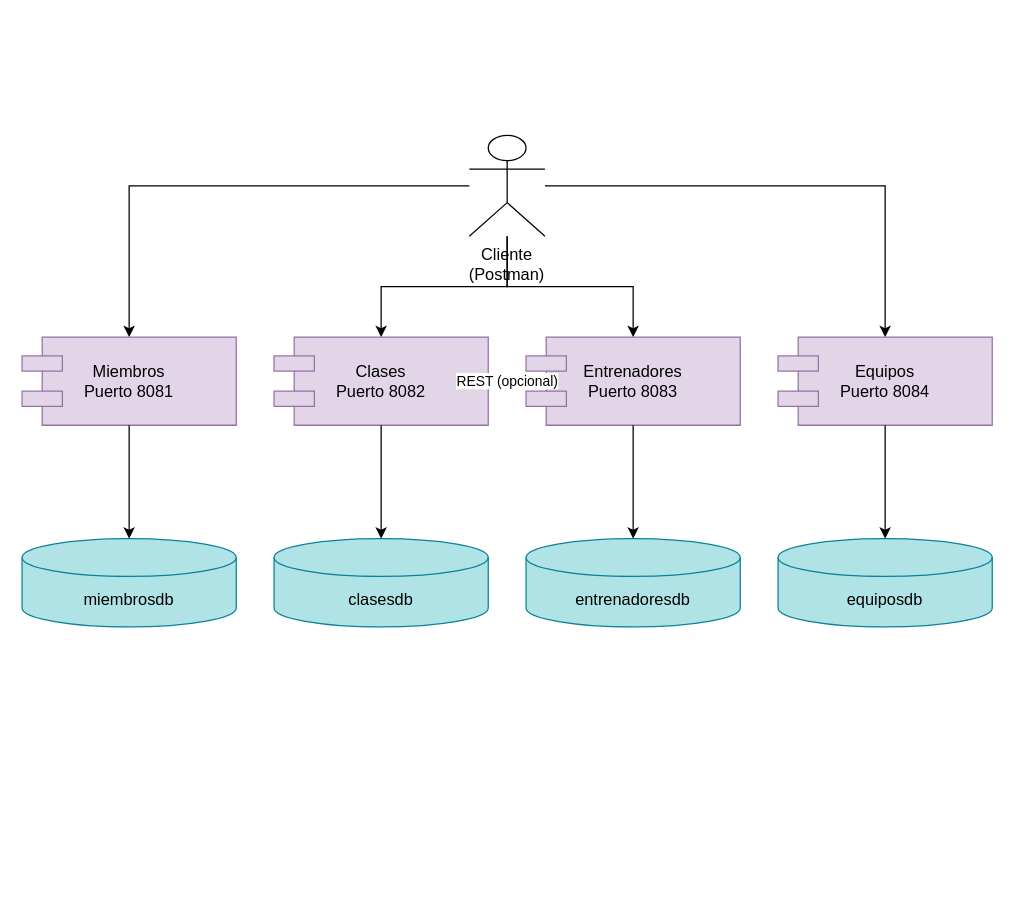
Before: architecture-diagram.drawio in JRuiz1601/taller-gym, a draw.io diagram. Source tidied: cells renumbered, new cells numbered last; positions are measured from the earlier drawing's top-left corner, leaving out a move shared by most shapes. Both pictures are drawn from the tidied source at 126%, with x=0, y=0 at pixel (21, 135).
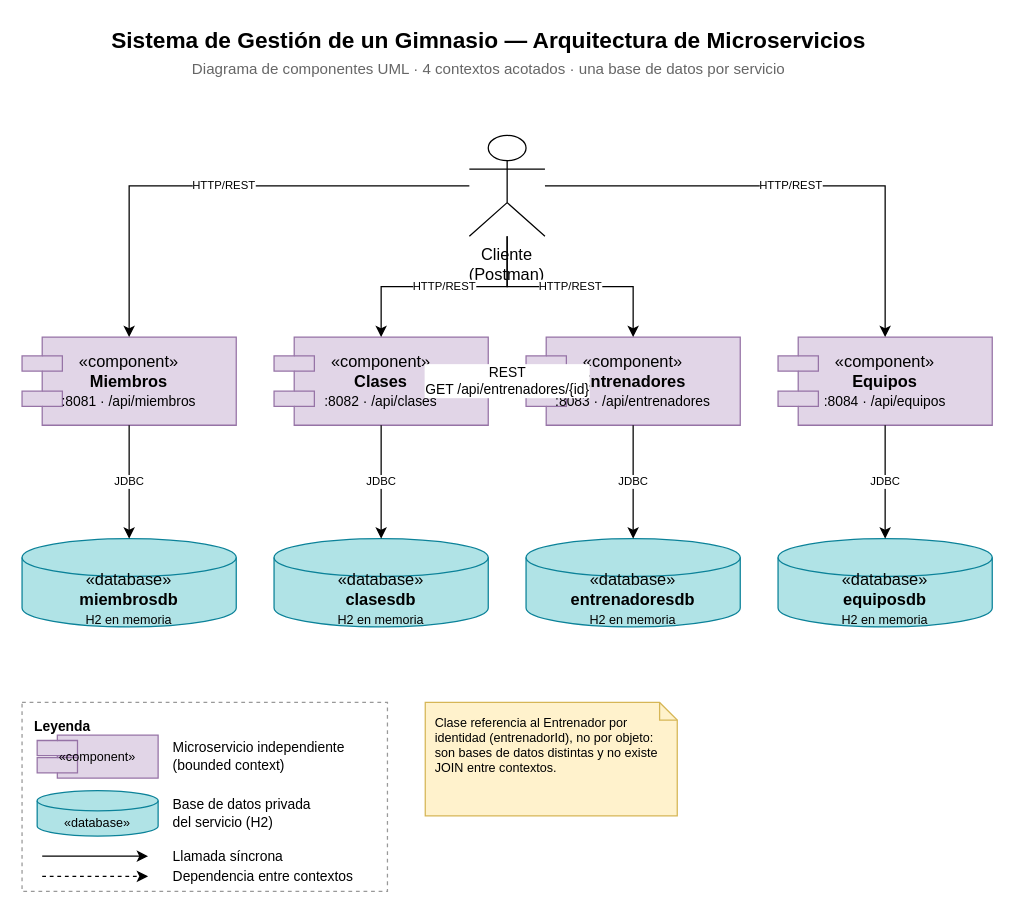
After the change.

Unchanged cells that the change refers to:
```xml
<mxCell id="2" value="Cliente (Postman)" style="shape=umlActor;whiteSpace=wrap;html=1;verticalLabelPosition=bottom;verticalAlign=top;outlineConnect=0;fontSize=13;" parent="1" vertex="1">
  <mxGeometry x="355" width="60" height="80" as="geometry" />
</mxCell>
```

Change to the diagram source:
```diff
@@
-    <mxCell id="3" value="Miembros&lt;br&gt;Puerto 8081" style="shape=component;whiteSpace=wrap;html=1;fillColor=#e1d5e7;strokeColor=#9673a6;fontSize=13;" parent="1" vertex="1">
+    <mxCell id="3" value="&amp;laquo;component&amp;raquo;&lt;br&gt;&lt;b&gt;Miembros&lt;/b&gt;&lt;br&gt;&lt;font style=&quot;font-size: 11px;&quot;&gt;:8081 · /api/miembros&lt;/font&gt;" style="shape=component;whiteSpace=wrap;html=1;fillColor=#e1d5e7;strokeColor=#9673a6;fontSize=13;" parent="1" vertex="1">
       <mxGeometry y="160" width="170" height="70" as="geometry" />
     </mxCell>
-    <mxCell id="4" value="Clases&lt;br&gt;Puerto 8082" style="shape=component;whiteSpace=wrap;html=1;fillColor=#e1d5e7;strokeColor=#9673a6;fontSize=13;" parent="1" vertex="1">
+    <mxCell id="4" value="&amp;laquo;component&amp;raquo;&lt;br&gt;&lt;b&gt;Clases&lt;/b&gt;&lt;br&gt;&lt;font style=&quot;font-size: 11px;&quot;&gt;:8082 · /api/clases&lt;/font&gt;" style="shape=component;whiteSpace=wrap;html=1;fillColor=#e1d5e7;strokeColor=#9673a6;fontSize=13;" parent="1" vertex="1">
       <mxGeometry x="200" y="160" width="170" height="70" as="geometry" />
     </mxCell>
-    <mxCell id="5" value="Entrenadores&lt;br&gt;Puerto 8083" style="shape=component;whiteSpace=wrap;html=1;fillColor=#e1d5e7;strokeColor=#9673a6;fontSize=13;" parent="1" vertex="1">
+    <mxCell id="5" value="&amp;laquo;component&amp;raquo;&lt;br&gt;&lt;b&gt;Entrenadores&lt;/b&gt;&lt;br&gt;&lt;font style=&quot;font-size: 11px;&quot;&gt;:8083 · /api/entrenadores&lt;/font&gt;" style="shape=component;whiteSpace=wrap;html=1;fillColor=#e1d5e7;strokeColor=#9673a6;fontSize=13;" parent="1" vertex="1">
       <mxGeometry x="400" y="160" width="170" height="70" as="geometry" />
     </mxCell>
-    <mxCell id="6" value="Equipos&lt;br&gt;Puerto 8084" style="shape=component;whiteSpace=wrap;html=1;fillColor=#e1d5e7;strokeColor=#9673a6;fontSize=13;" parent="1" vertex="1">
+    <mxCell id="6" value="&amp;laquo;component&amp;raquo;&lt;br&gt;&lt;b&gt;Equipos&lt;/b&gt;&lt;br&gt;&lt;font style=&quot;font-size: 11px;&quot;&gt;:8084 · /api/equipos&lt;/font&gt;" style="shape=component;whiteSpace=wrap;html=1;fillColor=#e1d5e7;strokeColor=#9673a6;fontSize=13;" parent="1" vertex="1">
       <mxGeometry x="600" y="160" width="170" height="70" as="geometry" />
     </mxCell>
-    <mxCell id="7" value="miembrosdb" style="shape=cylinder3;whiteSpace=wrap;html=1;boundedLbl=1;backgroundOutline=1;size=15;fillColor=#b0e3e6;strokeColor=#0b8299;fontSize=13;" parent="1" vertex="1">
+    <mxCell id="7" value="&amp;laquo;database&amp;raquo;&lt;br&gt;&lt;b&gt;miembrosdb&lt;/b&gt;&lt;br&gt;&lt;font style=&quot;font-size: 10px;&quot;&gt;H2 en memoria&lt;/font&gt;" style="shape=cylinder3;whiteSpace=wrap;html=1;boundedLbl=1;backgroundOutline=1;size=15;fillColor=#b0e3e6;strokeColor=#0b8299;fontSize=13;" parent="1" vertex="1">
       <mxGeometry y="320" width="170" height="70" as="geometry" />
     </mxCell>
-    <mxCell id="8" value="clasesdb" style="shape=cylinder3;whiteSpace=wrap;html=1;boundedLbl=1;backgroundOutline=1;size=15;fillColor=#b0e3e6;strokeColor=#0b8299;fontSize=13;" parent="1" vertex="1">
+    <mxCell id="8" value="&amp;laquo;database&amp;raquo;&lt;br&gt;&lt;b&gt;clasesdb&lt;/b&gt;&lt;br&gt;&lt;font style=&quot;font-size: 10px;&quot;&gt;H2 en memoria&lt;/font&gt;" style="shape=cylinder3;whiteSpace=wrap;html=1;boundedLbl=1;backgroundOutline=1;size=15;fillColor=#b0e3e6;strokeColor=#0b8299;fontSize=13;" parent="1" vertex="1">
       <mxGeometry x="200" y="320" width="170" height="70" as="geometry" />
     </mxCell>
-    <mxCell id="9" value="entrenadoresdb" style="shape=cylinder3;whiteSpace=wrap;html=1;boundedLbl=1;backgroundOutline=1;size=15;fillColor=#b0e3e6;strokeColor=#0b8299;fontSize=13;" parent="1" vertex="1">
+    <mxCell id="9" value="&amp;laquo;database&amp;raquo;&lt;br&gt;&lt;b&gt;entrenadoresdb&lt;/b&gt;&lt;br&gt;&lt;font style=&quot;font-size: 10px;&quot;&gt;H2 en memoria&lt;/font&gt;" style="shape=cylinder3;whiteSpace=wrap;html=1;boundedLbl=1;backgroundOutline=1;size=15;fillColor=#b0e3e6;strokeColor=#0b8299;fontSize=13;" parent="1" vertex="1">
       <mxGeometry x="400" y="320" width="170" height="70" as="geometry" />
     </mxCell>
-    <mxCell id="10" value="equiposdb" style="shape=cylinder3;whiteSpace=wrap;html=1;boundedLbl=1;backgroundOutline=1;size=15;fillColor=#b0e3e6;strokeColor=#0b8299;fontSize=13;" parent="1" vertex="1">
+    <mxCell id="10" value="&amp;laquo;database&amp;raquo;&lt;br&gt;&lt;b&gt;equiposdb&lt;/b&gt;&lt;br&gt;&lt;font style=&quot;font-size: 10px;&quot;&gt;H2 en memoria&lt;/font&gt;" style="shape=cylinder3;whiteSpace=wrap;html=1;boundedLbl=1;backgroundOutline=1;size=15;fillColor=#b0e3e6;strokeColor=#0b8299;fontSize=13;" parent="1" vertex="1">
       <mxGeometry x="600" y="320" width="170" height="70" as="geometry" />
     </mxCell>
-    <mxCell id="11" style="edgeStyle=orthogonalEdgeStyle;rounded=0;html=1;" parent="1" edge="1" source="2" target="3">
+    <mxCell id="11" value="HTTP/REST" style="edgeStyle=orthogonalEdgeStyle;rounded=0;html=1;fontSize=9;" parent="1" edge="1" source="2" target="3">
       <mxGeometry relative="1" as="geometry" />
     </mxCell>
-    <mxCell id="12" style="edgeStyle=orthogonalEdgeStyle;rounded=0;html=1;" parent="1" edge="1" source="2" target="4">
+    <mxCell id="12" value="HTTP/REST" style="edgeStyle=orthogonalEdgeStyle;rounded=0;html=1;fontSize=9;" parent="1" edge="1" source="2" target="4">
       <mxGeometry relative="1" as="geometry" />
     </mxCell>
-    <mxCell id="13" style="edgeStyle=orthogonalEdgeStyle;rounded=0;html=1;" parent="1" edge="1" source="2" target="5">
+    <mxCell id="13" value="HTTP/REST" style="edgeStyle=orthogonalEdgeStyle;rounded=0;html=1;fontSize=9;" parent="1" edge="1" source="2" target="5">
       <mxGeometry relative="1" as="geometry" />
     </mxCell>
-    <mxCell id="14" style="edgeStyle=orthogonalEdgeStyle;rounded=0;html=1;" parent="1" edge="1" source="2" target="6">
+    <mxCell id="14" value="HTTP/REST" style="edgeStyle=orthogonalEdgeStyle;rounded=0;html=1;fontSize=9;" parent="1" edge="1" source="2" target="6">
       <mxGeometry relative="1" as="geometry" />
     </mxCell>
-    <mxCell id="15" style="edgeStyle=orthogonalEdgeStyle;rounded=0;html=1;" parent="1" edge="1" source="3" target="7">
+    <mxCell id="15" value="JDBC" style="edgeStyle=orthogonalEdgeStyle;rounded=0;html=1;fontSize=9;" parent="1" edge="1" source="3" target="7">
       <mxGeometry relative="1" as="geometry" />
     </mxCell>
-    <mxCell id="16" style="edgeStyle=orthogonalEdgeStyle;rounded=0;html=1;" parent="1" edge="1" source="4" target="8">
+    <mxCell id="16" value="JDBC" style="edgeStyle=orthogonalEdgeStyle;rounded=0;html=1;fontSize=9;" parent="1" edge="1" source="4" target="8">
       <mxGeometry relative="1" as="geometry" />
     </mxCell>
-    <mxCell id="17" style="edgeStyle=orthogonalEdgeStyle;rounded=0;html=1;" parent="1" edge="1" source="5" target="9">
+    <mxCell id="17" value="JDBC" style="edgeStyle=orthogonalEdgeStyle;rounded=0;html=1;fontSize=9;" parent="1" edge="1" source="5" target="9">
       <mxGeometry relative="1" as="geometry" />
     </mxCell>
-    <mxCell id="18" style="edgeStyle=orthogonalEdgeStyle;rounded=0;html=1;" parent="1" edge="1" source="6" target="10">
+    <mxCell id="18" value="JDBC" style="edgeStyle=orthogonalEdgeStyle;rounded=0;html=1;fontSize=9;" parent="1" edge="1" source="6" target="10">
       <mxGeometry relative="1" as="geometry" />
     </mxCell>
-    <mxCell id="19" value="REST (opcional)" style="edgeStyle=orthogonalEdgeStyle;rounded=0;html=1;dashed=1;fontSize=11;" parent="1" edge="1" source="4" target="5">
+    <mxCell id="19" value="REST&lt;br&gt;GET /api/entrenadores/{id}" style="edgeStyle=orthogonalEdgeStyle;rounded=0;html=1;dashed=1;fontSize=11;" parent="1" edge="1" source="4" target="5">
       <mxGeometry relative="1" as="geometry" />
     </mxCell>
+    <mxCell id="20" value="Sistema de Gestión de un Gimnasio — Arquitectura de Microservicios" style="text;html=1;align=center;verticalAlign=middle;fontSize=18;fontStyle=1;" parent="1" vertex="1">
+      <mxGeometry y="-90" width="740" height="30" as="geometry" />
+    </mxCell>
+    <mxCell id="21" value="Diagrama de componentes UML · 4 contextos acotados · una base de datos por servicio" style="text;html=1;align=center;verticalAlign=middle;fontSize=12;fontColor=#666666;" parent="1" vertex="1">
+      <mxGeometry y="-62" width="740" height="20" as="geometry" />
+    </mxCell>
+    <mxCell id="22" value="Leyenda" style="rounded=0;whiteSpace=wrap;html=1;fillColor=none;strokeColor=#999999;dashed=1;verticalAlign=top;align=left;spacingLeft=8;spacingTop=6;fontSize=11;fontStyle=1;" parent="1" vertex="1">
+      <mxGeometry y="450" width="290" height="150" as="geometry" />
+    </mxCell>
+    <mxCell id="23" value="«component»" style="shape=component;whiteSpace=wrap;html=1;fillColor=#e1d5e7;strokeColor=#9673a6;fontSize=10;" parent="1" vertex="1">
+      <mxGeometry x="12" y="476" width="96" height="34" as="geometry" />
+    </mxCell>
+    <mxCell id="24" value="Microservicio independiente&#10;(bounded context)" style="text;html=1;align=left;verticalAlign=middle;fontSize=11;" parent="1" vertex="1">
+      <mxGeometry x="118" y="476" width="160" height="34" as="geometry" />
+    </mxCell>
+    <mxCell id="25" value="«database»" style="shape=cylinder3;whiteSpace=wrap;html=1;boundedLbl=1;backgroundOutline=1;size=8;fillColor=#b0e3e6;strokeColor=#0b8299;fontSize=10;" parent="1" vertex="1">
+      <mxGeometry x="12" y="520" width="96" height="36" as="geometry" />
+    </mxCell>
+    <mxCell id="26" value="Base de datos privada&#10;del servicio (H2)" style="text;html=1;align=left;verticalAlign=middle;fontSize=11;" parent="1" vertex="1">
+      <mxGeometry x="118" y="520" width="160" height="36" as="geometry" />
+    </mxCell>
+    <mxCell id="27" style="endArrow=classic;html=1;rounded=0;" parent="1" edge="1">
+      <mxGeometry relative="1" as="geometry">
+        <mxPoint x="16" y="572" as="sourcePoint" />
+        <mxPoint x="100" y="572" as="targetPoint" />
+      </mxGeometry>
+    </mxCell>
+    <mxCell id="28" value="Llamada síncrona" style="text;html=1;align=left;verticalAlign=middle;fontSize=11;" parent="1" vertex="1">
+      <mxGeometry x="118" y="562" width="160" height="20" as="geometry" />
+    </mxCell>
+    <mxCell id="29" style="endArrow=classic;html=1;rounded=0;dashed=1;" parent="1" edge="1">
+      <mxGeometry relative="1" as="geometry">
+        <mxPoint x="16" y="588" as="sourcePoint" />
+        <mxPoint x="100" y="588" as="targetPoint" />
+      </mxGeometry>
+    </mxCell>
+    <mxCell id="30" value="Dependencia entre contextos" style="text;html=1;align=left;verticalAlign=middle;fontSize=11;" parent="1" vertex="1">
+      <mxGeometry x="118" y="578" width="160" height="20" as="geometry" />
+    </mxCell>
+    <mxCell id="31" value="Clase referencia al Entrenador por identidad (entrenadorId), no por objeto: son bases de datos distintas y no existe JOIN entre contextos." style="shape=note;whiteSpace=wrap;html=1;size=14;fillColor=#fff2cc;strokeColor=#d6b656;align=left;spacingLeft=6;fontSize=10;verticalAlign=top;spacingTop=4;" parent="1" vertex="1">
+      <mxGeometry x="320" y="450" width="200" height="90" as="geometry" />
+    </mxCell>
```
